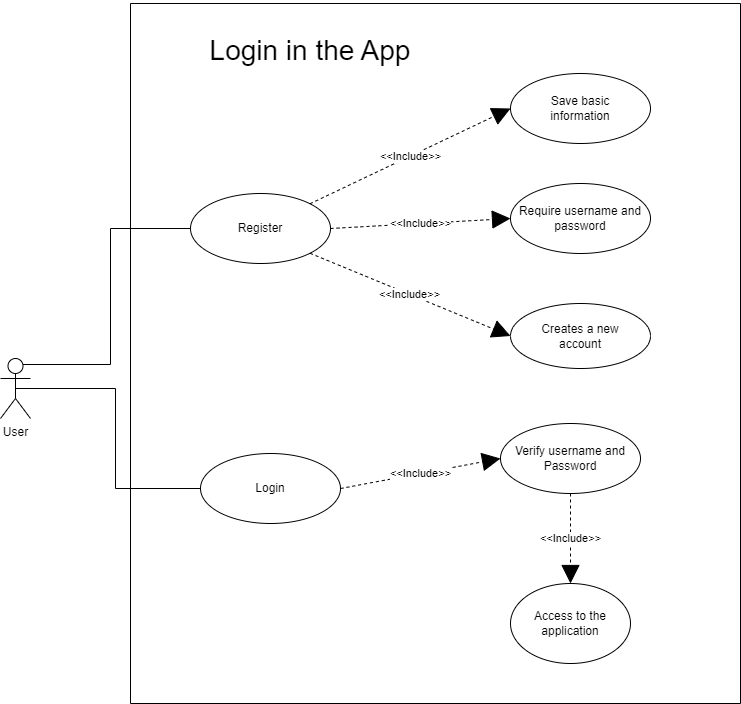
Earlier version of the draw.io export Diagrama Decisions-Use case Grahpics.drawio.png (FernandoMari/projectoDam2). Source tidied: cells renumbered, new cells last; positions are measured from the earlier drawing's top-left corner, leaving out a move shared by most shapes.
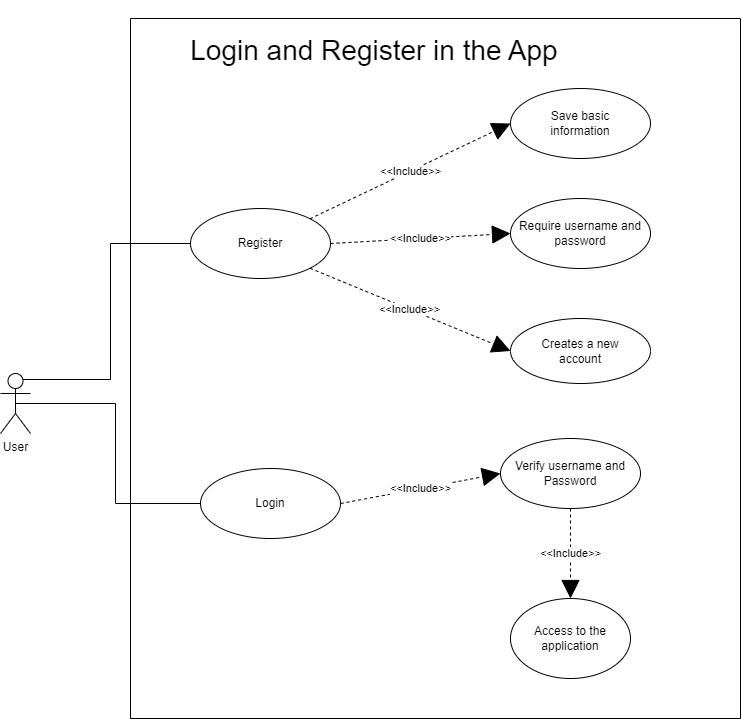
After the commit.

Diff of the diagram source:
```diff
@@ -14,8 +14,8 @@
     <mxCell id="5" style="swimlane;startSize=0;" parent="1" vertex="1">
       <mxGeometry x="130" width="610" height="700" as="geometry" />
     </mxCell>
-    <mxCell id="6" value="&lt;font style=&quot;font-size: 28px;&quot;&gt;&lt;br&gt;&lt;div style=&quot;&quot;&gt;&lt;span style=&quot;background-color: initial;&quot;&gt;Login in the App&lt;/span&gt;&lt;br&gt;&lt;/div&gt;&lt;/font&gt;" style="text;html=1;strokeColor=none;fillColor=none;align=center;verticalAlign=middle;whiteSpace=wrap;rounded=0;" parent="5" vertex="1">
-      <mxGeometry x="60" y="10" width="240" height="40" as="geometry" />
+    <mxCell id="6" value="&lt;font style=&quot;font-size: 28px;&quot;&gt;&lt;br&gt;&lt;div style=&quot;&quot;&gt;&lt;span style=&quot;background-color: initial;&quot;&gt;Login and Register in the App&lt;/span&gt;&lt;br&gt;&lt;/div&gt;&lt;/font&gt;" style="text;html=1;strokeColor=none;fillColor=none;align=center;verticalAlign=middle;whiteSpace=wrap;rounded=0;" parent="5" vertex="1">
+      <mxGeometry x="29" y="-10" width="430" height="50" as="geometry" />
     </mxCell>
     <mxCell id="7" value="Login" style="ellipse;whiteSpace=wrap;html=1;" parent="5" vertex="1">
       <mxGeometry x="70" y="450" width="140" height="70" as="geometry" />
```
